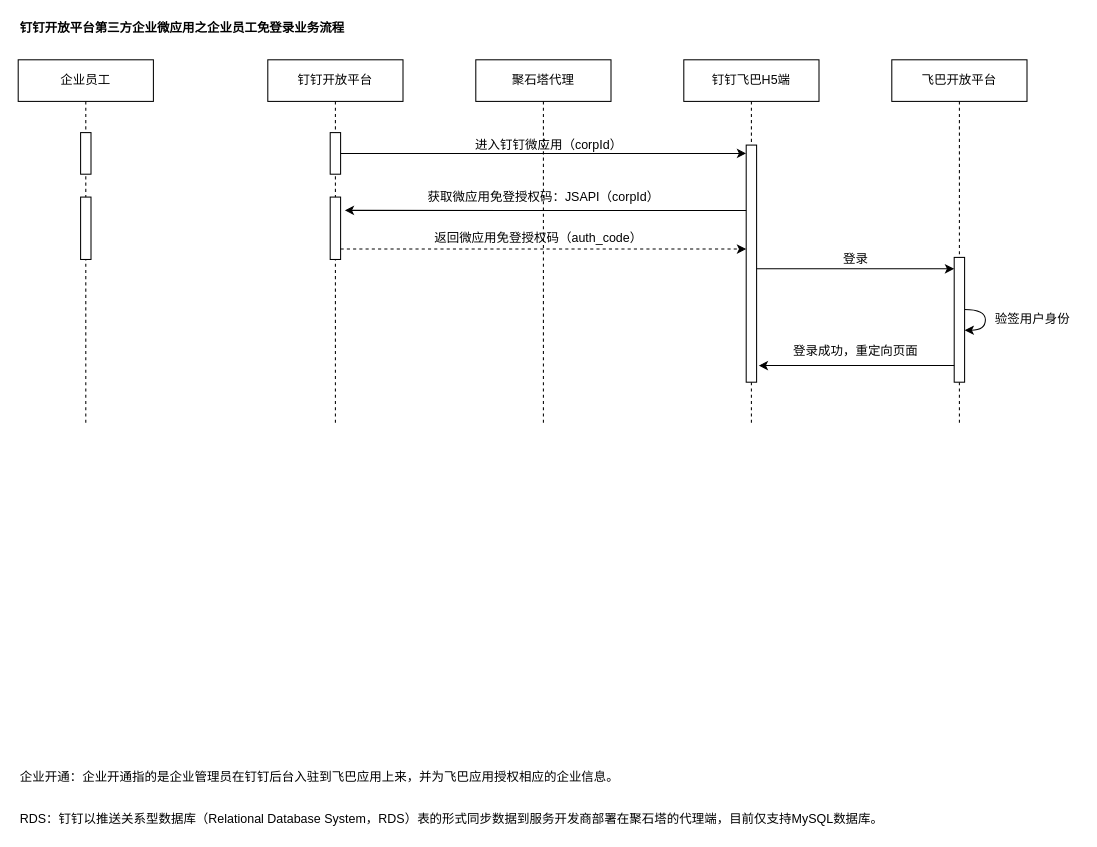
ab-doc/draw.io keeps this draw.io diagram as page "dingtalk_openapi_login_000" (3 of 5) of src/work/flyby/present/dingtalk.drawio. Above is the earlier version. Source tidied: cells renumbered, new cells numbered last; positions are measured from the earlier drawing's top-left corner, leaving out a move shared by most shapes. Both pictures are drawn from the tidied source at 104%, with x=0, y=0 at pixel (18, 18).
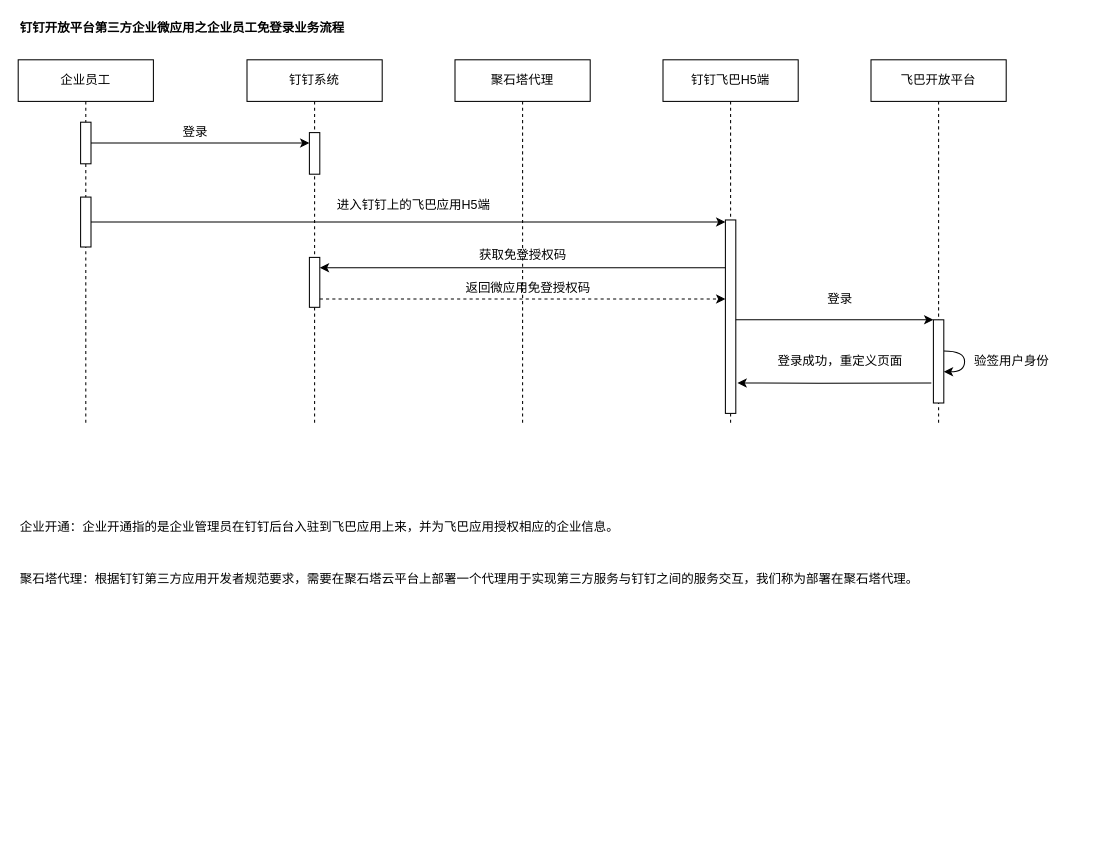
The same diagram, later.

Unchanged cells that the change refers to:
```xml
<mxCell id="25" value="企业员工" style="shape=umlLifeline;perimeter=lifelinePerimeter;whiteSpace=wrap;html=1;" parent="1" vertex="1">
  <mxGeometry y="40" width="130" height="350" as="geometry" />
</mxCell>
```

Diff of the diagram source:
```diff
@@
-    <mxCell id="2" value="钉钉开放平台" style="shape=umlLifeline;perimeter=lifelinePerimeter;whiteSpace=wrap;html=1;" parent="1" vertex="1">
-      <mxGeometry x="240" y="40" width="130" height="350" as="geometry" />
-    </mxCell>
-    <mxCell id="3" style="html=1;points=[];perimeter=orthogonalPerimeter;" parent="2" vertex="1">
-      <mxGeometry x="60" y="70" width="10" height="40" as="geometry" />
-    </mxCell>
-    <mxCell id="4" style="html=1;points=[];perimeter=orthogonalPerimeter;" parent="2" vertex="1">
-      <mxGeometry x="60" y="132" width="10" height="60" as="geometry" />
-    </mxCell>
     <mxCell id="5" value="聚石塔代理" style="shape=umlLifeline;perimeter=lifelinePerimeter;whiteSpace=wrap;html=1;" parent="1" vertex="1">
-      <mxGeometry x="440" y="40" width="130" height="350" as="geometry" />
+      <mxGeometry x="420" y="40" width="130" height="350" as="geometry" />
     </mxCell>
+    <mxCell id="28" value="获取免登授权码" style="text;html=1;align=center;verticalAlign=middle;" parent="5" vertex="1">
+      <mxGeometry x="15" y="178" width="100" height="20" as="geometry" />
+    </mxCell>
     <mxCell id="6" value="钉钉飞巴H5端" style="shape=umlLifeline;perimeter=lifelinePerimeter;whiteSpace=wrap;html=1;" parent="1" vertex="1">
-      <mxGeometry x="640" y="40" width="130" height="350" as="geometry" />
+      <mxGeometry x="620" y="40" width="130" height="350" as="geometry" />
     </mxCell>
-    <mxCell id="7" style="html=1;points=[];perimeter=orthogonalPerimeter;" parent="6" vertex="1">
-      <mxGeometry x="60" y="82" width="10" height="228" as="geometry" />
-    </mxCell>
+    <mxCell id="29" style="html=1;points=[];perimeter=orthogonalPerimeter;" parent="6" vertex="1">
+      <mxGeometry x="60" y="154" width="10" height="186" as="geometry" />
+    </mxCell>
     <mxCell id="8" value="飞巴开放平台" style="shape=umlLifeline;perimeter=lifelinePerimeter;whiteSpace=wrap;html=1;" parent="1" vertex="1">
-      <mxGeometry x="840" y="40" width="130" height="350" as="geometry" />
+      <mxGeometry x="820" y="40" width="130" height="350" as="geometry" />
     </mxCell>
-    <mxCell id="9" style="edgeStyle=orthogonalEdgeStyle;rounded=0;orthogonalLoop=1;jettySize=auto;html=1;curved=1;" parent="8" edge="1" source="10" target="10">
-      <mxGeometry relative="1" as="geometry" />
-    </mxCell>
-    <mxCell id="10" style="html=1;points=[];perimeter=orthogonalPerimeter;" parent="8" vertex="1">
-      <mxGeometry x="60" y="190" width="10" height="120" as="geometry" />
-    </mxCell>
-    <mxCell id="11" value="进入钉钉微应用（corpId）" style="text;html=1;align=center;verticalAlign=middle;" parent="1" vertex="1">
-      <mxGeometry x="430" y="112" width="160" height="20" as="geometry" />
-    </mxCell>
-    <mxCell id="12" value="获取微应用免登授权码：JSAPI（corpId）" style="text;html=1;align=center;verticalAlign=middle;" parent="1" vertex="1">
-      <mxGeometry x="385" y="162" width="240" height="20" as="geometry" />
-    </mxCell>
-    <mxCell id="13" style="edgeStyle=orthogonalEdgeStyle;rounded=0;jettySize=auto;html=1;strokeColor=#000000;entryX=1.4;entryY=0.213;entryDx=0;entryDy=0;entryPerimeter=0;" parent="1" edge="1" source="7" target="4">
-      <mxGeometry relative="1" as="geometry">
-        <Array as="points">
-          <mxPoint x="610" y="185" />
-          <mxPoint x="610" y="185" />
-        </Array>
-      </mxGeometry>
-    </mxCell>
-    <mxCell id="14" style="edgeStyle=orthogonalEdgeStyle;rounded=0;jettySize=auto;html=1;strokeColor=#000000;dashed=1;" parent="1" edge="1" source="4">
-      <mxGeometry relative="1" as="geometry">
-        <mxPoint x="700" y="222" as="targetPoint" />
-        <Array as="points">
-          <mxPoint x="410" y="222" />
-          <mxPoint x="410" y="222" />
-        </Array>
-      </mxGeometry>
-    </mxCell>
+    <mxCell id="30" style="edgeStyle=orthogonalEdgeStyle;rounded=0;orthogonalLoop=1;jettySize=auto;html=1;curved=1;" parent="8" edge="1" source="31" target="31">
+      <mxGeometry relative="1" as="geometry" />
+    </mxCell>
+    <mxCell id="31" style="html=1;points=[];perimeter=orthogonalPerimeter;" parent="8" vertex="1">
+      <mxGeometry x="60" y="250" width="10" height="80" as="geometry" />
+    </mxCell>
-    <mxCell id="15" value="返回微应用免登授权码（auth_code）" style="text;html=1;align=center;verticalAlign=middle;" parent="1" vertex="1">
-      <mxGeometry x="390" y="202" width="220" height="20" as="geometry" />
+    <mxCell id="15" value="返回微应用免登授权码" style="text;html=1;align=center;verticalAlign=middle;" parent="1" vertex="1">
+      <mxGeometry x="420" y="250" width="140" height="20" as="geometry" />
     </mxCell>
-    <mxCell id="16" style="edgeStyle=orthogonalEdgeStyle;rounded=0;jettySize=auto;html=1;strokeColor=#000000;" parent="1" edge="1" source="7">
-      <mxGeometry relative="1" as="geometry">
-        <mxPoint x="900" y="241" as="targetPoint" />
-        <Array as="points">
-          <mxPoint x="900" y="241" />
-        </Array>
-      </mxGeometry>
-    </mxCell>
-    <mxCell id="17" value="登录" style="text;html=1;align=center;verticalAlign=middle;" parent="1" vertex="1">
-      <mxGeometry x="785" y="222" width="40" height="20" as="geometry" />
-    </mxCell>
     <mxCell id="18" value="验签用户身份" style="text;html=1;align=center;verticalAlign=middle;" parent="1" vertex="1">
-      <mxGeometry x="930" y="280" width="90" height="20" as="geometry" />
+      <mxGeometry x="910" y="320" width="90" height="20" as="geometry" />
     </mxCell>
-    <mxCell id="19" value="登录成功，重定向页面" style="text;html=1;align=center;verticalAlign=middle;" parent="1" vertex="1">
-      <mxGeometry x="735" y="310" width="140" height="20" as="geometry" />
-    </mxCell>
@@
-    <mxCell id="21" style="edgeStyle=orthogonalEdgeStyle;rounded=0;jettySize=auto;html=1;" parent="1" edge="1" source="3">
-      <mxGeometry relative="1" as="geometry">
-        <mxPoint x="700" y="130" as="targetPoint" />
-        <Array as="points">
-          <mxPoint x="640" y="130" />
-          <mxPoint x="640" y="130" />
-        </Array>
-      </mxGeometry>
-    </mxCell>
-    <mxCell id="22" style="rounded=0;jettySize=auto;html=1;entryX=1.2;entryY=0.93;entryDx=0;entryDy=0;entryPerimeter=0;" parent="1" edge="1" source="10" target="7">
-      <mxGeometry relative="1" as="geometry" />
-    </mxCell>
-    <mxCell id="23" value="企业开通：企业开通指的是企业管理员在钉钉后台入驻到飞巴应用上来，并为飞巴应用授权相应的企业信息。" style="text;html=1;align=left;verticalAlign=middle;" parent="1" vertex="1">
-      <mxGeometry y="720" width="590" height="20" as="geometry" />
-    </mxCell>
-    <mxCell id="24" value="RDS：钉钉以推送关系型数据库（Relational Database System，RDS）表的形式同步数据到服务开发商部署在聚石塔的代理端，目前仅支持MySQL数据库。" style="text;html=1;align=left;verticalAlign=middle;" parent="1" vertex="1">
-      <mxGeometry y="760" width="850" height="20" as="geometry" />
-    </mxCell>
@@
     <mxCell id="26" style="html=1;points=[];perimeter=orthogonalPerimeter;" parent="25" vertex="1">
-      <mxGeometry x="60" y="70" width="10" height="40" as="geometry" />
+      <mxGeometry x="60" y="60" width="10" height="40" as="geometry" />
     </mxCell>
     <mxCell id="27" style="html=1;points=[];perimeter=orthogonalPerimeter;" parent="25" vertex="1">
-      <mxGeometry x="60" y="132" width="10" height="60" as="geometry" />
+      <mxGeometry x="60" y="132" width="10" height="48" as="geometry" />
     </mxCell>
+    <mxCell id="32" value="钉钉系统" style="shape=umlLifeline;perimeter=lifelinePerimeter;whiteSpace=wrap;html=1;" parent="1" vertex="1">
+      <mxGeometry x="220" y="40" width="130" height="350" as="geometry" />
+    </mxCell>
+    <mxCell id="33" style="html=1;points=[];perimeter=orthogonalPerimeter;" parent="32" vertex="1">
+      <mxGeometry x="60" y="190" width="10" height="48" as="geometry" />
+    </mxCell>
+    <mxCell id="3" style="html=1;points=[];perimeter=orthogonalPerimeter;" parent="32" vertex="1">
+      <mxGeometry x="60" y="70" width="10" height="40" as="geometry" />
+    </mxCell>
+    <mxCell id="34" style="edgeStyle=none;rounded=0;jettySize=auto;html=1;" parent="1" edge="1" source="26" target="3">
+      <mxGeometry relative="1" as="geometry" />
+    </mxCell>
+    <mxCell id="35" value="登录" style="text;html=1;align=center;verticalAlign=middle;" parent="1" vertex="1">
+      <mxGeometry x="150" y="100" width="40" height="20" as="geometry" />
+    </mxCell>
+    <mxCell id="36" style="edgeStyle=none;rounded=0;jettySize=auto;html=1;" parent="1" edge="1" source="27" target="29">
+      <mxGeometry relative="1" as="geometry" />
+    </mxCell>
+    <mxCell id="37" value="进入钉钉上的飞巴应用H5端" style="text;html=1;align=center;verticalAlign=middle;" parent="1" vertex="1">
+      <mxGeometry x="300" y="170" width="160" height="20" as="geometry" />
+    </mxCell>
+    <mxCell id="38" style="edgeStyle=none;rounded=0;jettySize=auto;html=1;" parent="1" edge="1" source="29" target="33">
+      <mxGeometry relative="1" as="geometry">
+        <Array as="points">
+          <mxPoint x="490" y="240" />
+        </Array>
+      </mxGeometry>
+    </mxCell>
+    <mxCell id="39" style="edgeStyle=none;rounded=0;jettySize=auto;html=1;dashed=1;" parent="1" edge="1" source="33">
+      <mxGeometry relative="1" as="geometry">
+        <mxPoint x="680" y="270" as="targetPoint" />
+        <Array as="points">
+          <mxPoint x="330" y="270" />
+        </Array>
+      </mxGeometry>
+    </mxCell>
+    <mxCell id="40" style="edgeStyle=none;rounded=0;jettySize=auto;html=1;" parent="1" edge="1" source="29" target="31">
+      <mxGeometry relative="1" as="geometry" />
+    </mxCell>
+    <mxCell id="41" style="edgeStyle=none;rounded=0;jettySize=auto;html=1;exitX=-0.2;exitY=0.76;exitDx=0;exitDy=0;exitPerimeter=0;entryX=1.16;entryY=0.843;entryDx=0;entryDy=0;entryPerimeter=0;" parent="1" edge="1" source="31" target="29">
+      <mxGeometry relative="1" as="geometry">
+        <Array as="points">
+          <mxPoint x="770" y="351" />
+        </Array>
+      </mxGeometry>
+    </mxCell>
+    <mxCell id="42" value="登录" style="text;html=1;align=center;verticalAlign=middle;" parent="1" vertex="1">
+      <mxGeometry x="770" y="260" width="40" height="20" as="geometry" />
+    </mxCell>
+    <mxCell id="43" value="登录成功，重定义页面" style="text;html=1;align=center;verticalAlign=middle;" parent="1" vertex="1">
+      <mxGeometry x="720" y="320" width="140" height="20" as="geometry" />
+    </mxCell>
+    <mxCell id="23" value="企业开通：企业开通指的是企业管理员在钉钉后台入驻到飞巴应用上来，并为飞巴应用授权相应的企业信息。" style="text;html=1;align=left;verticalAlign=middle;" parent="1" vertex="1">
+      <mxGeometry y="480" width="590" height="20" as="geometry" />
+    </mxCell>
+    <mxCell id="44" value="聚石塔代理：根据钉钉第三方应用开发者规范要求，需要在聚石塔云平台上部署一个代理用于实现第三方服务与钉钉之间的服务交互，我们称为部署在聚石塔代理。" style="text;html=1;align=left;verticalAlign=middle;" parent="1" vertex="1">
+      <mxGeometry y="530" width="880" height="20" as="geometry" />
+    </mxCell>
```
